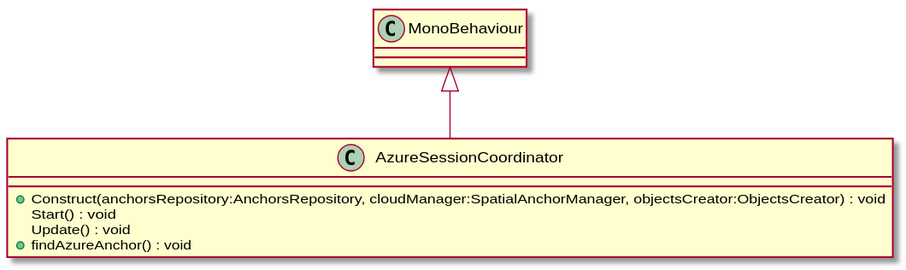
The PlantUML diagram UML/Assets/Scripts/AzureSessionCoordinator.svg in DeNatur/ProductionFloorVisualization, before a commit.
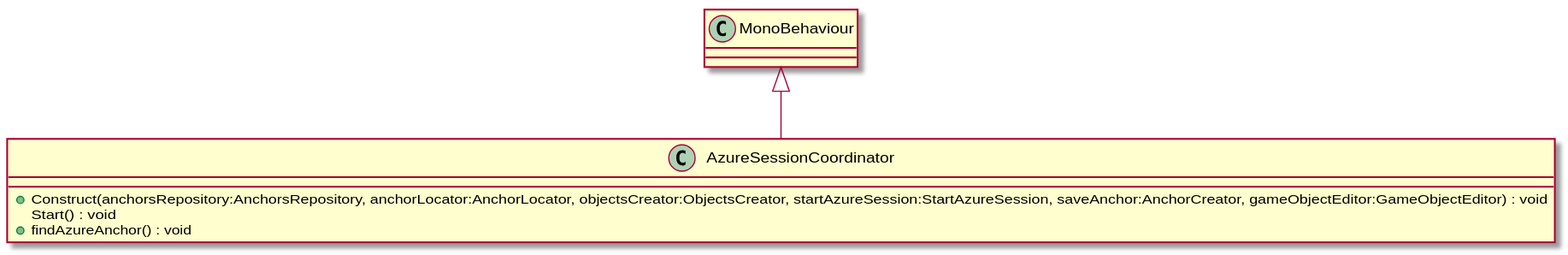
Later version of the same file.

Diff of the diagram source:
```diff
@@ -1,8 +1,7 @@
 @startuml
 class AzureSessionCoordinator {
-    + Construct(anchorsRepository:AnchorsRepository, cloudManager:SpatialAnchorManager, objectsCreator:ObjectsCreator) : void
+    + Construct(anchorsRepository:AnchorsRepository, anchorLocator:AnchorLocator, objectsCreator:ObjectsCreator, startAzureSession:StartAzureSession, saveAnchor:AnchorCreator, gameObjectEditor:GameObjectEditor) : void
     Start() : void
-    Update() : void
     + findAzureAnchor() : void
 }
 MonoBehaviour <|-- AzureSessionCoordinator
```
